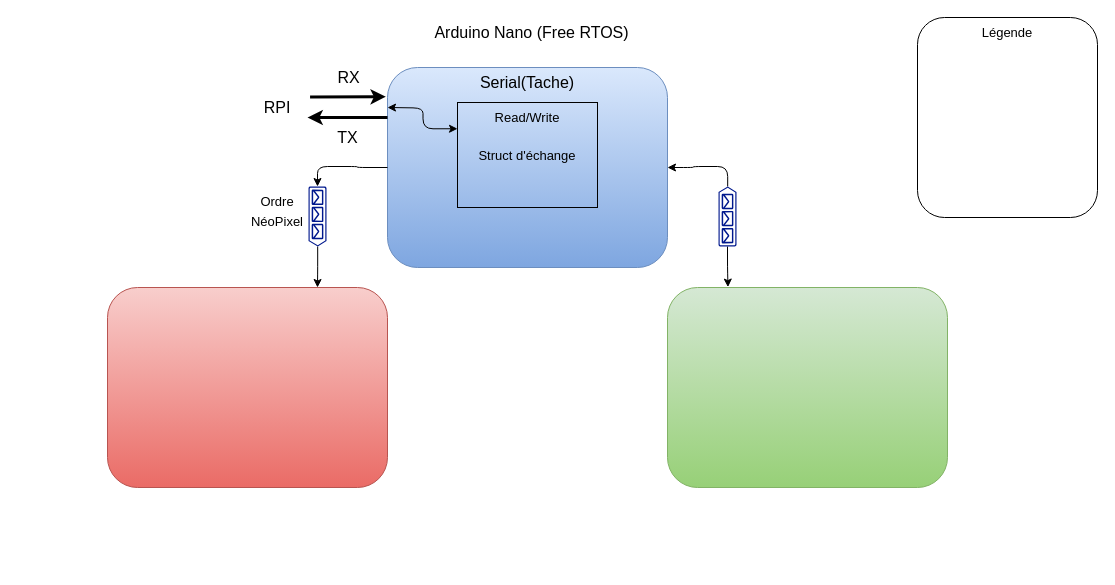
This is page "Code Arduino Nano" (4 of 4) of Etude/Diagrammes système.drawio from QGim/OS_InMoov, a draw.io file, before an edit. Source tidied: cells renumbered, new cells numbered last; positions are measured from the earlier drawing's top-left corner, leaving out a move shared by most shapes. Both pictures are drawn from the tidied source at 100%, with x=0, y=0 at pixel (107, 17).
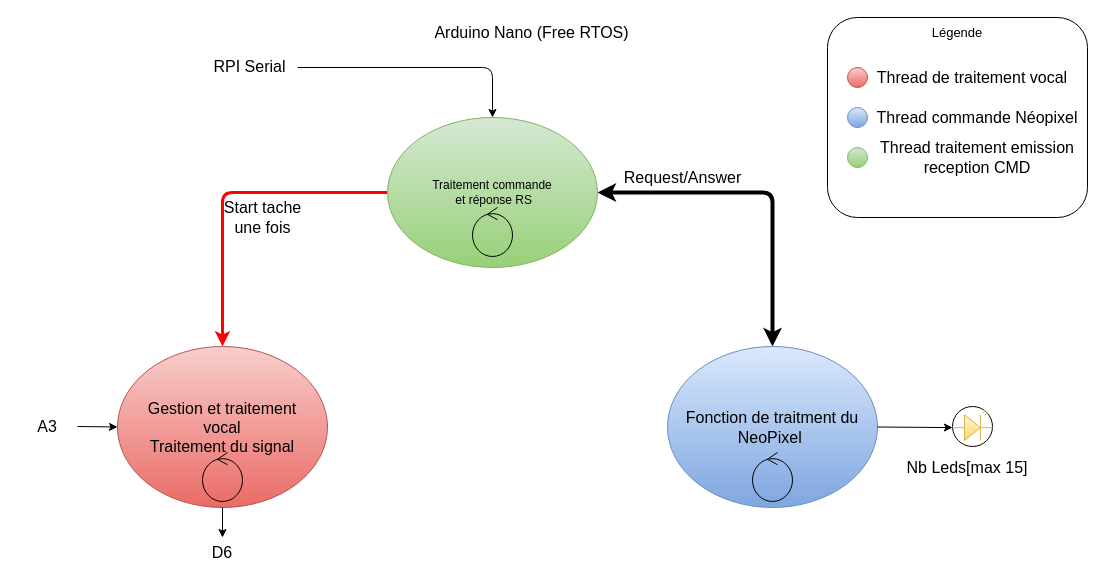
The same diagram, later.

Diff of the diagram source:
```diff
@@
-    <mxCell id="3" style="rounded=1;whiteSpace=wrap;html=1;fontSize=16;fillColor=#dae8fc;gradientColor=#7ea6e0;strokeColor=#6c8ebf;" parent="1" vertex="1">
-      <mxGeometry x="280" y="50" width="280" height="200" as="geometry" />
-    </mxCell>
-    <mxCell id="4" style="edgeStyle=orthogonalEdgeStyle;jettySize=auto;html=1;exitX=0;exitY=0.5;exitDx=0;exitDy=0;entryX=0;entryY=0.5;entryDx=0;entryDy=0;entryPerimeter=0;fontSize=16;strokeWidth=1;rounded=1;" parent="1" edge="1" source="3" target="13">
-      <mxGeometry relative="1" as="geometry" />
-    </mxCell>
-    <mxCell id="5" style="rounded=1;whiteSpace=wrap;html=1;fontSize=16;fillColor=#f8cecc;gradientColor=#ea6b66;strokeColor=#b85450;" parent="1" vertex="1">
-      <mxGeometry y="270" width="280" height="200" as="geometry" />
-    </mxCell>
-    <mxCell id="6" style="rounded=1;whiteSpace=wrap;html=1;fontSize=16;fillColor=#d5e8d4;gradientColor=#97d077;strokeColor=#82b366;" parent="1" vertex="1">
-      <mxGeometry x="560" y="270" width="280" height="200" as="geometry" />
-    </mxCell>
-    <mxCell id="7" style="endArrow=classic;html=1;rounded=0;fontSize=16;entryX=-0.006;entryY=0.146;entryDx=0;entryDy=0;entryPerimeter=0;strokeWidth=3;exitX=1.043;exitY=0.239;exitDx=0;exitDy=0;exitPerimeter=0;" parent="1" edge="1" source="10" target="3">
-      <mxGeometry relative="1" as="geometry" />
-    </mxCell>
-    <mxCell id="8" value="RX" style="edgeLabel;html=1;align=center;verticalAlign=middle;fontSize=16;" parent="7" vertex="1">
-      <mxGeometry x="-0.09" y="-1" relative="1" as="geometry">
-        <mxPoint x="4" y="-21" as="offset" />
-      </mxGeometry>
-    </mxCell>
-    <mxCell id="9" value="TX" style="endArrow=classic;html=1;rounded=0;fontSize=16;exitX=0;exitY=0.25;exitDx=0;exitDy=0;strokeWidth=3;" parent="1" edge="1" source="3">
-      <mxGeometry y="20" relative="1" as="geometry">
-        <mxPoint x="200" y="100" as="targetPoint" />
-      </mxGeometry>
-    </mxCell>
-    <mxCell id="10" value="RPI" style="text;html=1;strokeColor=none;fillColor=none;align=center;verticalAlign=middle;whiteSpace=wrap;rounded=0;fontSize=16;" parent="1" vertex="1">
-      <mxGeometry x="140" y="70" width="60" height="40" as="geometry" />
-    </mxCell>
-    <mxCell id="11" value="Serial(Tache)" style="text;html=1;strokeColor=none;fillColor=none;align=center;verticalAlign=middle;whiteSpace=wrap;rounded=0;fontSize=16;" parent="1" vertex="1">
-      <mxGeometry x="390" y="50" width="60" height="30" as="geometry" />
-    </mxCell>
-    <mxCell id="12" style="edgeStyle=orthogonalEdgeStyle;rounded=1;jettySize=auto;html=1;exitX=1;exitY=0.51;exitDx=0;exitDy=0;exitPerimeter=0;entryX=0.75;entryY=0;entryDx=0;entryDy=0;fontSize=16;strokeWidth=1;" parent="1" edge="1" source="13" target="5">
-      <mxGeometry relative="1" as="geometry" />
-    </mxCell>
-    <mxCell id="13" style="sketch=0;shadow=0;dashed=0;html=1;strokeColor=none;labelPosition=center;verticalLabelPosition=bottom;verticalAlign=top;align=center;fillColor=#00188D;shape=mxgraph.azure.queue_generic;fontSize=16;rotation=-90;flipH=1;" parent="1" vertex="1">
-      <mxGeometry x="180" y="190" width="60" height="18" as="geometry" />
-    </mxCell>
-    <mxCell id="14" value="&lt;font style=&quot;font-size: 13px&quot;&gt;Ordre&lt;br&gt;NéoPixel&lt;br&gt;&lt;/font&gt;" style="text;html=1;strokeColor=none;fillColor=none;align=center;verticalAlign=middle;whiteSpace=wrap;rounded=0;fontSize=16;" parent="1" vertex="1">
-      <mxGeometry x="140" y="178" width="60" height="30" as="geometry" />
-    </mxCell>
     <mxCell id="15" style="rounded=1;whiteSpace=wrap;html=1;fontSize=13;fillColor=none;" parent="1" vertex="1">
-      <mxGeometry x="810" width="180" height="200" as="geometry" />
+      <mxGeometry x="720" width="260" height="200" as="geometry" />
     </mxCell>
     <mxCell id="16" value="Légende" style="text;html=1;strokeColor=none;fillColor=none;align=center;verticalAlign=middle;whiteSpace=wrap;rounded=0;fontSize=13;" parent="1" vertex="1">
-      <mxGeometry x="870" width="60" height="30" as="geometry" />
+      <mxGeometry x="820" width="60" height="30" as="geometry" />
     </mxCell>
-    <mxCell id="17" style="edgeStyle=orthogonalEdgeStyle;rounded=1;jettySize=auto;html=1;exitX=1;exitY=0.51;exitDx=0;exitDy=0;exitPerimeter=0;entryX=1;entryY=0.5;entryDx=0;entryDy=0;fontSize=13;strokeWidth=1;" parent="1" edge="1" source="19" target="3">
-      <mxGeometry relative="1" as="geometry" />
-    </mxCell>
-    <mxCell id="18" style="edgeStyle=orthogonalEdgeStyle;rounded=1;jettySize=auto;html=1;exitX=0;exitY=0.5;exitDx=0;exitDy=0;exitPerimeter=0;entryX=0.216;entryY=-0.002;entryDx=0;entryDy=0;entryPerimeter=0;fontSize=13;strokeWidth=1;" parent="1" edge="1" source="19" target="6">
-      <mxGeometry relative="1" as="geometry" />
-    </mxCell>
-    <mxCell id="19" style="sketch=0;shadow=0;dashed=0;html=1;strokeColor=none;labelPosition=center;verticalLabelPosition=bottom;verticalAlign=top;align=center;fillColor=#00188D;shape=mxgraph.azure.queue_generic;fontSize=16;rotation=-90;flipH=0;flipV=0;" parent="1" vertex="1">
-      <mxGeometry x="590" y="190" width="60" height="18" as="geometry" />
-    </mxCell>
-    <mxCell id="20" style="edgeStyle=orthogonalEdgeStyle;rounded=1;jettySize=auto;html=1;exitX=0;exitY=0.25;exitDx=0;exitDy=0;fontSize=13;strokeWidth=1;startArrow=classic;startFill=1;" parent="1" edge="1" source="21">
-      <mxGeometry relative="1" as="geometry">
-        <mxPoint x="280" y="90" as="targetPoint" />
-      </mxGeometry>
-    </mxCell>
-    <mxCell id="21" value="Struct d'échange" style="rounded=0;whiteSpace=wrap;html=1;fontSize=13;fillColor=none;" parent="1" vertex="1">
-      <mxGeometry x="350" y="85" width="140" height="105" as="geometry" />
-    </mxCell>
-    <mxCell id="22" value="Read/Write" style="text;html=1;strokeColor=none;fillColor=none;align=center;verticalAlign=middle;whiteSpace=wrap;rounded=0;fontSize=13;" parent="1" vertex="1">
-      <mxGeometry x="390" y="85" width="60" height="30" as="geometry" />
-    </mxCell>
+    <mxCell id="23" style="edgeStyle=orthogonalEdgeStyle;rounded=1;jettySize=auto;html=1;exitX=1;exitY=0.5;exitDx=0;exitDy=0;entryX=0.5;entryY=0;entryDx=0;entryDy=0;fontFamily=Helvetica;fontSize=16;startArrow=classic;startFill=1;strokeWidth=4;" parent="1" edge="1" source="25" target="26">
+      <mxGeometry relative="1" as="geometry" />
+    </mxCell>
+    <mxCell id="24" style="edgeStyle=orthogonalEdgeStyle;rounded=1;jettySize=auto;html=1;exitX=0;exitY=0.5;exitDx=0;exitDy=0;entryX=0.5;entryY=0;entryDx=0;entryDy=0;fontFamily=Helvetica;fontSize=16;fillColor=#1ba1e2;strokeColor=#FF0000;strokeWidth=3;" parent="1" edge="1" source="25" target="33">
+      <mxGeometry relative="1" as="geometry" />
+    </mxCell>
+    <mxCell id="25" value="Traitement commande&lt;br&gt;&amp;nbsp;et réponse RS" style="ellipse;whiteSpace=wrap;html=1;fillColor=#d5e8d4;gradientColor=#97d077;strokeColor=#82b366;" parent="1" vertex="1">
+      <mxGeometry x="280" y="100" width="210" height="150" as="geometry" />
+    </mxCell>
+    <mxCell id="26" value="&lt;p style=&quot;font-size: 16px&quot;&gt;Fonction de traitment du&lt;br&gt;NeoPixel&amp;nbsp;&lt;/p&gt;" style="ellipse;whiteSpace=wrap;html=1;fillColor=#dae8fc;gradientColor=#7ea6e0;strokeColor=#6c8ebf;" parent="1" vertex="1">
+      <mxGeometry x="560" y="329" width="210" height="161" as="geometry" />
+    </mxCell>
+    <mxCell id="27" style="group;" parent="1" vertex="1">
+      <mxGeometry x="845" y="389" width="40" height="40" as="geometry" />
+    </mxCell>
+    <mxCell id="28" style="group;" parent="27" vertex="1">
+      <mxGeometry width="40" height="40" as="geometry" />
+    </mxCell>
+    <mxCell id="29" style="ellipse;whiteSpace=wrap;html=1;fontFamily=Helvetica;fontSize=16;" parent="28" vertex="1">
+      <mxGeometry width="40" height="40" as="geometry" />
+    </mxCell>
+    <mxCell id="30" style="verticalLabelPosition=bottom;shadow=0;dashed=0;align=center;html=1;verticalAlign=top;shape=mxgraph.electrical.opto_electronics.led_2;fontFamily=Helvetica;fontSize=16;fillColor=#fff2cc;gradientColor=#ffd966;strokeColor=#d6b656;" parent="28" vertex="1">
+      <mxGeometry y="4" width="40" height="30" as="geometry" />
+    </mxCell>
+    <mxCell id="31" style="endArrow=classic;html=1;rounded=0;fontFamily=Helvetica;fontSize=16;entryX=0;entryY=0.57;entryDx=0;entryDy=0;entryPerimeter=0;exitX=1;exitY=0.5;exitDx=0;exitDy=0;" parent="1" edge="1" source="26" target="30">
+      <mxGeometry relative="1" as="geometry" />
+    </mxCell>
+    <mxCell id="32" value="Nb Leds[max 15]" style="text;html=1;strokeColor=none;fillColor=none;align=center;verticalAlign=middle;whiteSpace=wrap;rounded=0;fontFamily=Helvetica;fontSize=16;" parent="1" vertex="1">
+      <mxGeometry x="790" y="435" width="140" height="30" as="geometry" />
+    </mxCell>
+    <mxCell id="33" value="Gestion et traitement &lt;br style=&quot;font-size: 16px&quot;&gt;vocal&lt;br&gt;Traitement du signal" style="ellipse;whiteSpace=wrap;html=1;fontSize=16;fillColor=#f8cecc;gradientColor=#ea6b66;strokeColor=#b85450;" parent="1" vertex="1">
+      <mxGeometry x="10" y="329" width="210" height="161" as="geometry" />
+    </mxCell>
+    <mxCell id="34" style="endArrow=classic;html=1;rounded=0;fontFamily=Helvetica;fontSize=16;entryX=0;entryY=0.5;entryDx=0;entryDy=0;exitX=1;exitY=0.5;exitDx=0;exitDy=0;" parent="1" edge="1" source="35" target="33">
+      <mxGeometry relative="1" as="geometry" />
+    </mxCell>
+    <mxCell id="35" value="A3" style="text;html=1;strokeColor=none;fillColor=none;align=center;verticalAlign=middle;whiteSpace=wrap;rounded=0;fontFamily=Helvetica;fontSize=16;" parent="1" vertex="1">
+      <mxGeometry x="-90" y="394" width="60" height="30" as="geometry" />
+    </mxCell>
+    <mxCell id="36" style="endArrow=classic;html=1;rounded=0;fontFamily=Helvetica;fontSize=16;exitX=0.5;exitY=1;exitDx=0;exitDy=0;" parent="1" edge="1" source="33">
+      <mxGeometry relative="1" as="geometry">
+        <mxPoint x="115" y="520" as="targetPoint" />
+      </mxGeometry>
+    </mxCell>
+    <mxCell id="37" value="D6" style="text;html=1;strokeColor=none;fillColor=none;align=center;verticalAlign=middle;whiteSpace=wrap;rounded=0;fontFamily=Helvetica;fontSize=16;" parent="1" vertex="1">
+      <mxGeometry x="85" y="520" width="60" height="30" as="geometry" />
+    </mxCell>
+    <mxCell id="38" value="Start tache&lt;br&gt;une fois" style="text;html=1;align=center;verticalAlign=middle;strokeColor=none;fillColor=none;fontSize=16;fontFamily=Helvetica;" parent="1" vertex="1">
+      <mxGeometry x="110" y="180" width="90" height="40" as="geometry" />
+    </mxCell>
+    <mxCell id="39" style="ellipse;whiteSpace=wrap;html=1;fontFamily=Helvetica;fontSize=16;fillColor=#f8cecc;gradientColor=#ea6b66;strokeColor=#b85450;" parent="1" vertex="1">
+      <mxGeometry x="740" y="50" width="20" height="20" as="geometry" />
+    </mxCell>
+    <mxCell id="40" value="Thread de traitement vocal" style="text;html=1;strokeColor=none;fillColor=none;align=center;verticalAlign=middle;whiteSpace=wrap;rounded=0;fontFamily=Helvetica;fontSize=16;" parent="1" vertex="1">
+      <mxGeometry x="755" y="45" width="220" height="30" as="geometry" />
+    </mxCell>
+    <mxCell id="41" style="ellipse;whiteSpace=wrap;html=1;fontFamily=Helvetica;fontSize=16;fillColor=#dae8fc;gradientColor=#7ea6e0;strokeColor=#6c8ebf;" parent="1" vertex="1">
+      <mxGeometry x="740" y="90" width="20" height="20" as="geometry" />
+    </mxCell>
+    <mxCell id="42" value="Thread commande Néopixel" style="text;html=1;strokeColor=none;fillColor=none;align=center;verticalAlign=middle;whiteSpace=wrap;rounded=0;fontFamily=Helvetica;fontSize=16;" parent="1" vertex="1">
+      <mxGeometry x="765" y="85" width="210" height="30" as="geometry" />
+    </mxCell>
+    <mxCell id="43" style="ellipse;shape=umlControl;whiteSpace=wrap;html=1;fontFamily=Helvetica;fontSize=16;fillColor=none;" parent="1" vertex="1">
+      <mxGeometry x="95" y="435" width="40" height="49" as="geometry" />
+    </mxCell>
+    <mxCell id="44" style="ellipse;shape=umlControl;whiteSpace=wrap;html=1;fontFamily=Helvetica;fontSize=16;fillColor=none;" parent="1" vertex="1">
+      <mxGeometry x="645" y="435" width="40" height="49" as="geometry" />
+    </mxCell>
+    <mxCell id="45" style="ellipse;shape=umlControl;whiteSpace=wrap;html=1;fontFamily=Helvetica;fontSize=16;fillColor=none;" parent="1" vertex="1">
+      <mxGeometry x="365" y="190" width="40" height="49" as="geometry" />
+    </mxCell>
+    <mxCell id="46" style="ellipse;whiteSpace=wrap;html=1;fontFamily=Helvetica;fontSize=16;fillColor=#d5e8d4;gradientColor=#97d077;strokeColor=#82b366;" parent="1" vertex="1">
+      <mxGeometry x="740" y="130" width="20" height="20" as="geometry" />
+    </mxCell>
+    <mxCell id="47" value="Thread traitement emission reception CMD" style="text;html=1;strokeColor=none;fillColor=none;align=center;verticalAlign=middle;whiteSpace=wrap;rounded=0;fontFamily=Helvetica;fontSize=16;" parent="1" vertex="1">
+      <mxGeometry x="765" y="125" width="210" height="30" as="geometry" />
+    </mxCell>
+    <mxCell id="48" style="endArrow=classic;html=1;fontFamily=Helvetica;fontSize=16;strokeColor=#000000;strokeWidth=1;entryX=0.5;entryY=0;entryDx=0;entryDy=0;rounded=1;" parent="1" edge="1" target="25">
+      <mxGeometry relative="1" as="geometry">
+        <mxPoint x="190" y="50" as="sourcePoint" />
+        <Array as="points">
+          <mxPoint x="385" y="50" />
+        </Array>
+      </mxGeometry>
+    </mxCell>
+    <mxCell id="49" value="RPI Serial" style="text;html=1;strokeColor=none;fillColor=none;align=center;verticalAlign=middle;whiteSpace=wrap;rounded=0;fontFamily=Helvetica;fontSize=16;" parent="1" vertex="1">
+      <mxGeometry x="95" y="34" width="95" height="30" as="geometry" />
+    </mxCell>
+    <mxCell id="50" value="Request/Answer" style="text;html=1;align=center;verticalAlign=middle;strokeColor=none;fillColor=none;fontSize=16;fontFamily=Helvetica;" parent="1" vertex="1">
+      <mxGeometry x="510" y="150" width="130" height="20" as="geometry" />
+    </mxCell>
```
